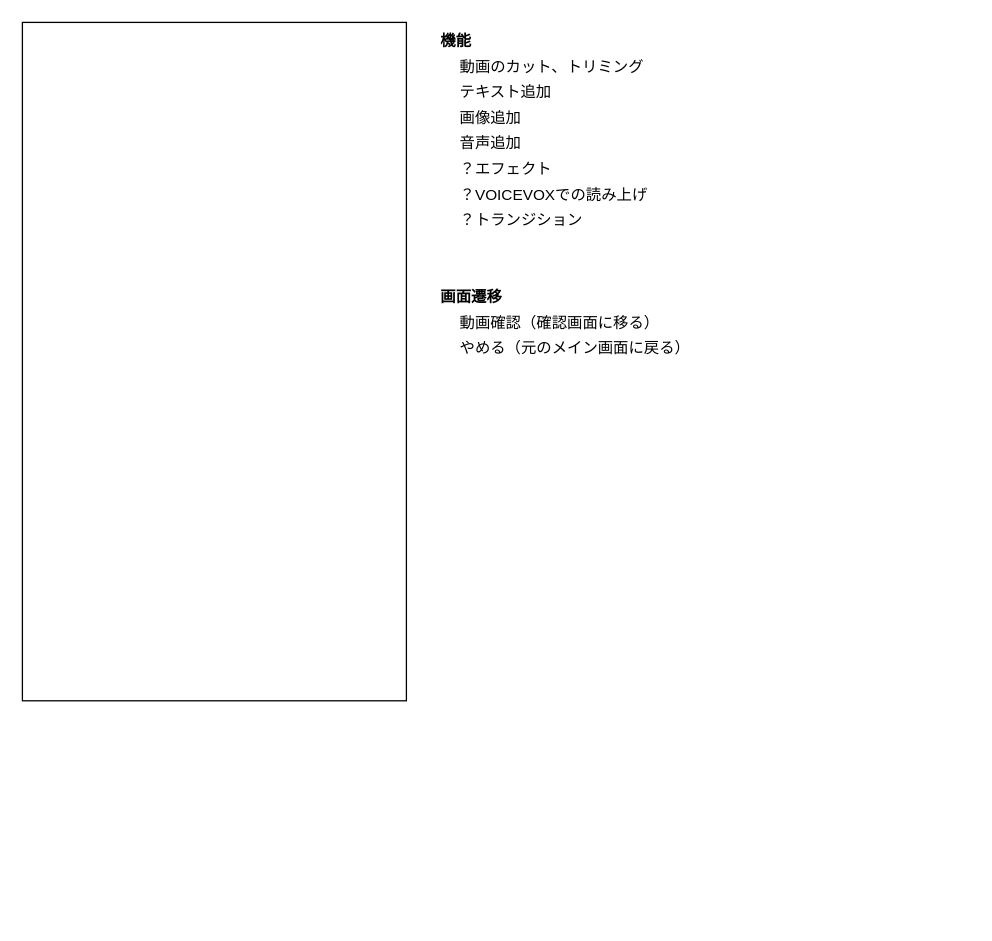
Earlier version of the draw.io diagram 設計/edit.dio (reitosu/ano_video_post). Source tidied: cells renumbered, new cells numbered last; positions are measured from the earlier drawing's top-left corner, leaving out a move shared by most shapes. Both pictures are drawn from the tidied source at 128%, with x=0, y=0 at pixel (22, 22).
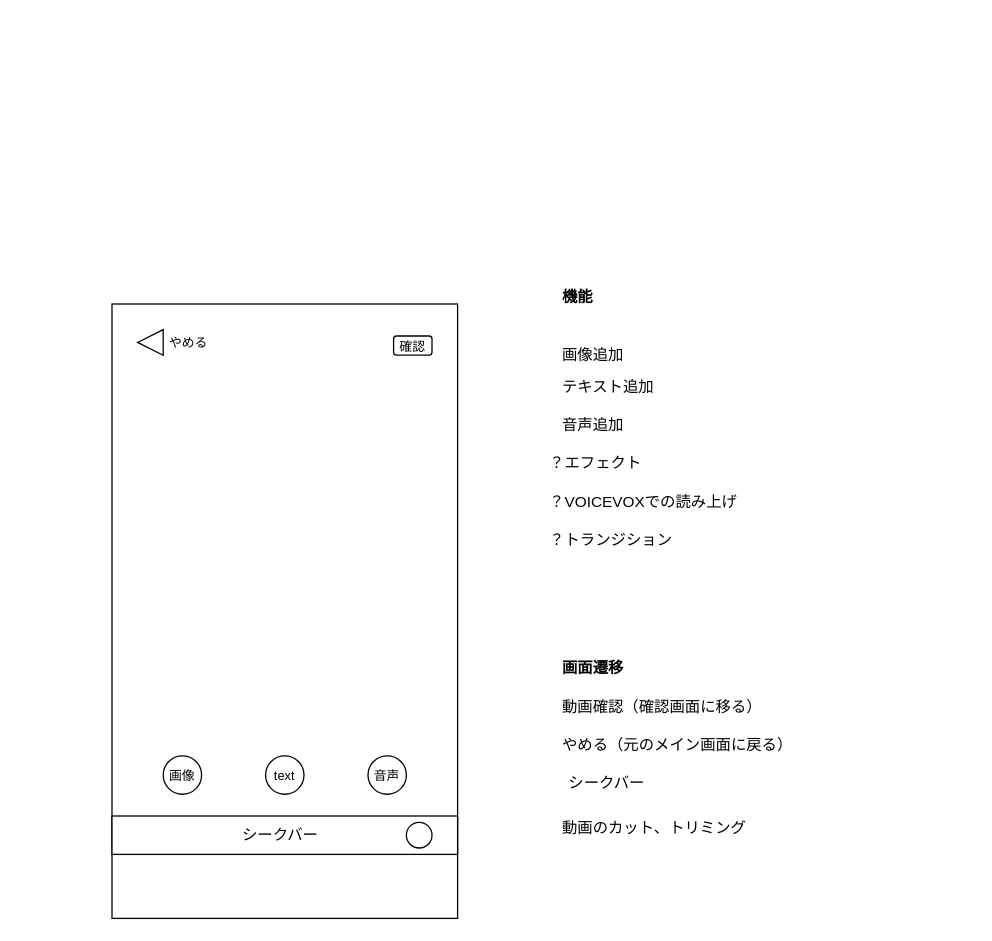
After the change.

What changed in the source:
```diff
@@
     <mxCell id="2" value="音声追加" style="text;html=1;strokeColor=none;fillColor=none;align=left;verticalAlign=middle;whiteSpace=wrap;rounded=0;" parent="1" vertex="1">
-      <mxGeometry x="340" y="80" width="320" height="30" as="geometry" />
+      <mxGeometry x="420" y="300" width="60" height="30" as="geometry" />
     </mxCell>
-    <mxCell id="3" style="rounded=0;whiteSpace=wrap;html=1;" parent="1" vertex="1">
-      <mxGeometry width="300" height="530" as="geometry" />
+    <mxCell id="3" style="rounded=0;whiteSpace=wrap;html=1;fillColor=none;" parent="1" vertex="1">
+      <mxGeometry x="70" y="220" width="270" height="480" as="geometry" />
     </mxCell>
     <mxCell id="4" value="&lt;b&gt;機能&lt;/b&gt;" style="text;html=1;strokeColor=none;fillColor=none;align=left;verticalAlign=middle;whiteSpace=wrap;rounded=0;" parent="1" vertex="1">
-      <mxGeometry x="325" width="320" height="30" as="geometry" />
+      <mxGeometry x="420" y="200" width="320" height="30" as="geometry" />
     </mxCell>
     <mxCell id="5" value="&lt;b&gt;画面遷移&lt;/b&gt;" style="text;html=1;strokeColor=none;fillColor=none;align=left;verticalAlign=middle;whiteSpace=wrap;rounded=0;" parent="1" vertex="1">
-      <mxGeometry x="325" y="200" width="320" height="30" as="geometry" />
+      <mxGeometry x="420" y="490" width="320" height="30" as="geometry" />
     </mxCell>
     <mxCell id="6" value="動画のカット、トリミング" style="text;html=1;strokeColor=none;fillColor=none;align=left;verticalAlign=middle;whiteSpace=wrap;rounded=0;" parent="1" vertex="1">
-      <mxGeometry x="340" y="20" width="320" height="30" as="geometry" />
+      <mxGeometry x="420" y="615" width="320" height="30" as="geometry" />
     </mxCell>
     <mxCell id="7" value="テキスト追加" style="text;html=1;strokeColor=none;fillColor=none;align=left;verticalAlign=middle;whiteSpace=wrap;rounded=0;" parent="1" vertex="1">
-      <mxGeometry x="340" y="40" width="320" height="30" as="geometry" />
+      <mxGeometry x="420" y="270" width="80" height="30" as="geometry" />
     </mxCell>
     <mxCell id="8" value="画像追加" style="text;html=1;strokeColor=none;fillColor=none;align=left;verticalAlign=middle;whiteSpace=wrap;rounded=0;" parent="1" vertex="1">
-      <mxGeometry x="340" y="60" width="320" height="30" as="geometry" />
+      <mxGeometry x="420" y="245" width="60" height="30" as="geometry" />
     </mxCell>
     <mxCell id="9" value="？エフェクト" style="text;html=1;strokeColor=none;fillColor=none;align=left;verticalAlign=middle;whiteSpace=wrap;rounded=0;" parent="1" vertex="1">
-      <mxGeometry x="340" y="100" width="320" height="30" as="geometry" />
+      <mxGeometry x="410" y="330" width="320" height="30" as="geometry" />
     </mxCell>
     <mxCell id="10" value="？VOICEVOXでの読み上げ" style="text;html=1;strokeColor=none;fillColor=none;align=left;verticalAlign=middle;whiteSpace=wrap;rounded=0;" parent="1" vertex="1">
-      <mxGeometry x="340" y="120" width="320" height="30" as="geometry" />
+      <mxGeometry x="410" y="360" width="320" height="30" as="geometry" />
     </mxCell>
     <mxCell id="11" value="動画確認（確認画面に移る）" style="text;html=1;strokeColor=none;fillColor=none;align=left;verticalAlign=middle;whiteSpace=wrap;rounded=0;" parent="1" vertex="1">
-      <mxGeometry x="340" y="220" width="320" height="30" as="geometry" />
+      <mxGeometry x="420" y="520" width="320" height="30" as="geometry" />
     </mxCell>
     <mxCell id="12" value="？トランジション" style="text;html=1;strokeColor=none;fillColor=none;align=left;verticalAlign=middle;whiteSpace=wrap;rounded=0;" parent="1" vertex="1">
-      <mxGeometry x="340" y="140" width="320" height="30" as="geometry" />
+      <mxGeometry x="410" y="390" width="320" height="30" as="geometry" />
     </mxCell>
     <mxCell id="13" value="やめる（元のメイン画面に戻る）" style="text;html=1;strokeColor=none;fillColor=none;align=left;verticalAlign=middle;whiteSpace=wrap;rounded=0;" parent="1" vertex="1">
-      <mxGeometry x="340" y="240" width="320" height="30" as="geometry" />
+      <mxGeometry x="420" y="550" width="320" height="30" as="geometry" />
     </mxCell>
+    <mxCell id="14" style="rounded=0;whiteSpace=wrap;html=1;" parent="1" vertex="1">
+      <mxGeometry x="70" y="620" width="270" height="30" as="geometry" />
+    </mxCell>
+    <mxCell id="15" style="ellipse;whiteSpace=wrap;html=1;" parent="1" vertex="1">
+      <mxGeometry x="110" y="573" width="30" height="30" as="geometry" />
+    </mxCell>
+    <mxCell id="16" style="ellipse;whiteSpace=wrap;html=1;" parent="1" vertex="1">
+      <mxGeometry x="190" y="573" width="30" height="30" as="geometry" />
+    </mxCell>
+    <mxCell id="17" style="ellipse;whiteSpace=wrap;html=1;" parent="1" vertex="1">
+      <mxGeometry x="270" y="573" width="30" height="30" as="geometry" />
+    </mxCell>
+    <mxCell id="18" style="triangle;whiteSpace=wrap;html=1;rotation=-180;" parent="1" vertex="1">
+      <mxGeometry x="90" y="240" width="20" height="20" as="geometry" />
+    </mxCell>
+    <mxCell id="19" style="rounded=1;whiteSpace=wrap;html=1;" parent="1" vertex="1">
+      <mxGeometry x="290" y="245" width="30" height="15" as="geometry" />
+    </mxCell>
+    <mxCell id="20" style="ellipse;whiteSpace=wrap;html=1;" parent="1" vertex="1">
+      <mxGeometry x="300" y="625" width="20" height="20" as="geometry" />
+    </mxCell>
+    <mxCell id="21" value="シークバー" style="text;html=1;strokeColor=none;fillColor=none;align=left;verticalAlign=middle;whiteSpace=wrap;rounded=0;" parent="1" vertex="1">
+      <mxGeometry x="425" y="580" width="70" height="30" as="geometry" />
+    </mxCell>
+    <mxCell id="22" value="&lt;font style=&quot;font-size: 10px;&quot;&gt;やめる&lt;/font&gt;" style="text;html=1;strokeColor=none;fillColor=none;align=center;verticalAlign=middle;whiteSpace=wrap;rounded=0;" parent="1" vertex="1">
+      <mxGeometry x="100" y="235" width="60" height="30" as="geometry" />
+    </mxCell>
+    <mxCell id="23" value="&lt;font style=&quot;font-size: 10px;&quot;&gt;確認&lt;/font&gt;" style="text;html=1;strokeColor=none;fillColor=none;align=center;verticalAlign=middle;whiteSpace=wrap;rounded=0;" parent="1" vertex="1">
+      <mxGeometry x="275" y="237.5" width="60" height="30" as="geometry" />
+    </mxCell>
+    <mxCell id="24" value="画像" style="text;html=1;strokeColor=none;fillColor=none;align=center;verticalAlign=middle;whiteSpace=wrap;rounded=0;fontSize=10;" parent="1" vertex="1">
+      <mxGeometry x="95" y="573" width="60" height="30" as="geometry" />
+    </mxCell>
+    <mxCell id="25" value="text" style="text;html=1;strokeColor=none;fillColor=none;align=center;verticalAlign=middle;whiteSpace=wrap;rounded=0;fontSize=10;" parent="1" vertex="1">
+      <mxGeometry x="175" y="573" width="60" height="30" as="geometry" />
+    </mxCell>
+    <mxCell id="26" value="音声" style="text;html=1;strokeColor=none;fillColor=none;align=center;verticalAlign=middle;whiteSpace=wrap;rounded=0;fontSize=10;" parent="1" vertex="1">
+      <mxGeometry x="255" y="573" width="60" height="30" as="geometry" />
+    </mxCell>
+    <mxCell id="27" value="シークバー" style="text;html=1;strokeColor=none;fillColor=none;align=left;verticalAlign=middle;whiteSpace=wrap;rounded=0;" parent="1" vertex="1">
+      <mxGeometry x="170" y="620" width="70" height="30" as="geometry" />
+    </mxCell>
```
